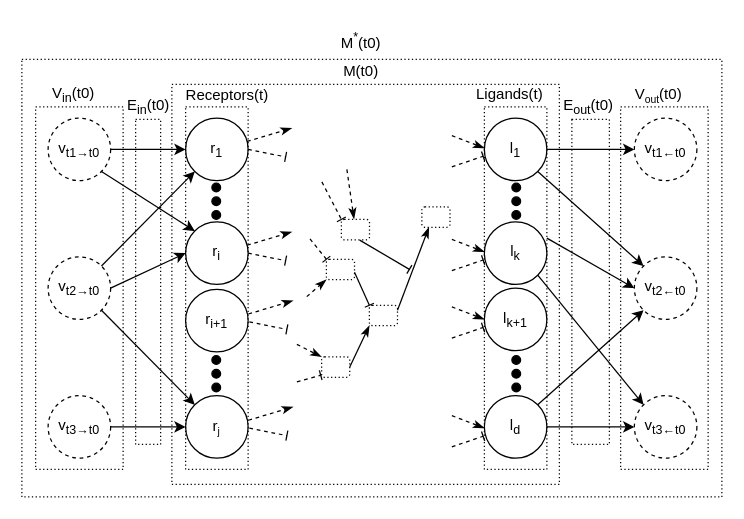
Before: docs/sepia-visualTheory.drawio in josura/c2c-sepia, a draw.io diagram. Source tidied: cells renumbered, new cells numbered last; positions are measured from the earlier drawing's top-left corner, leaving out a move shared by most shapes. Both pictures are drawn from the tidied source at 125%, with x=0, y=0 at pixel (21, 21).
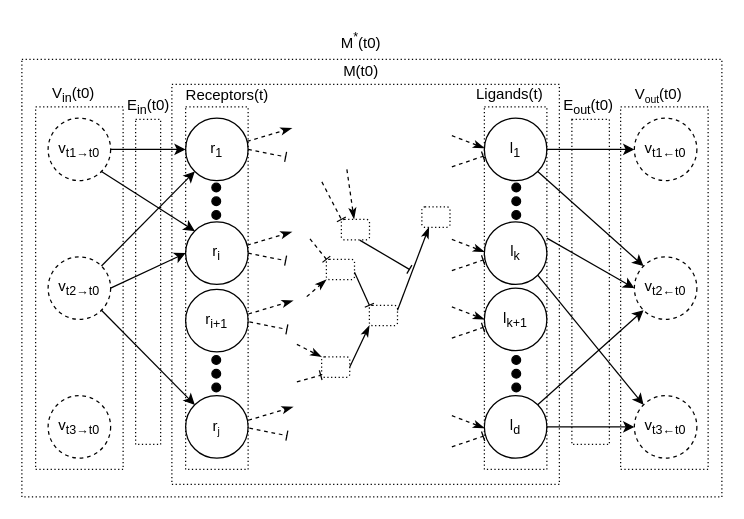
Above is the later version.

The change refers to these unchanged cells:
```xml
<mxCell id="22" value="v&lt;sub&gt;t3&lt;span style=&quot;font-size: 10px;&quot;&gt;→t0&lt;/span&gt;&lt;/sub&gt;" style="ellipse;whiteSpace=wrap;html=1;fillColor=none;dashed=1;" parent="1" vertex="1">
  <mxGeometry x="21" y="299" width="50" height="50" as="geometry" />
</mxCell>
<mxCell id="23" value="r&lt;span style=&quot;font-size: 10px;&quot;&gt;&lt;sub&gt;j&lt;/sub&gt;&lt;/span&gt;" style="ellipse;whiteSpace=wrap;html=1;fillColor=none;" parent="1" vertex="1">
  <mxGeometry x="131" y="299" width="50" height="50" as="geometry" />
</mxCell>
```

The edit, as a diff of the source:
```diff
@@
-    <mxCell id="21" style="rounded=0;jettySize=auto;html=1;exitX=1;exitY=0.5;exitDx=0;exitDy=0;entryX=0;entryY=0.5;entryDx=0;entryDy=0;" parent="1" edge="1" source="22" target="23">
-      <mxGeometry relative="1" as="geometry" />
-    </mxCell>
```
